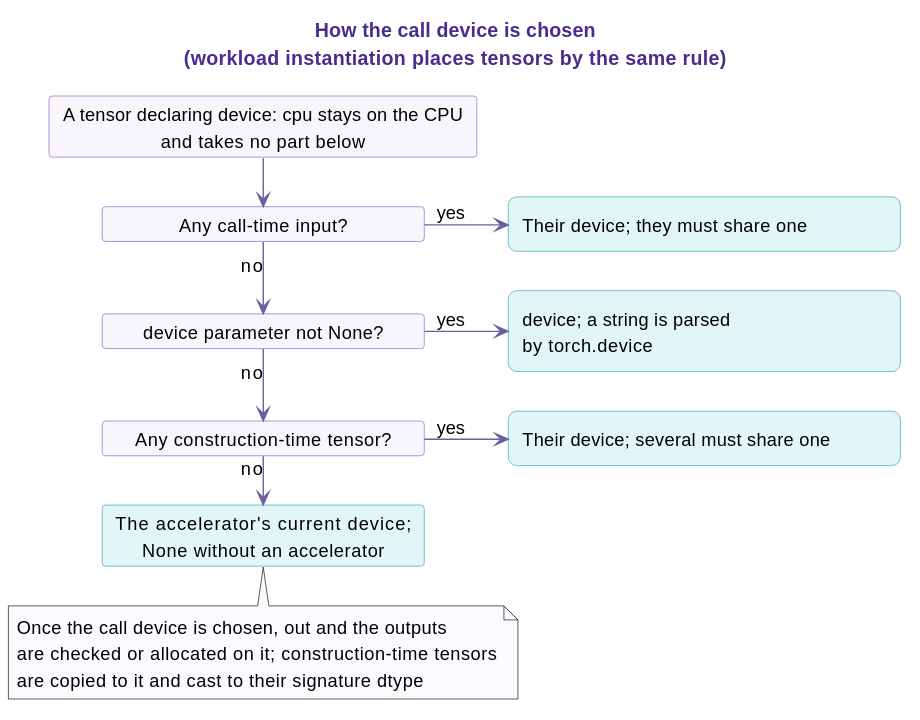
This is docs/user-guide/manifest/img/device.svg from tile-ai/TileOPs.github.io, a PlantUML export, as it was before one commit. Its diagram source:
```plantuml
@startuml
skinparam defaultFontName "Noto Sans SC"
skinparam defaultFontSize 13
skinparam shadowing false
skinparam ArrowColor #6B5FA0
skinparam TitleFontColor #4A2C8F
skinparam linetype ortho
skinparam nodesep 60
skinparam ranksep 28
skinparam rectangle {
  BorderColor #3AA9B8
  BackgroundColor #E2F6F8
  RoundCorner 12
}
skinparam card {
  BorderColor #8E6CCF
  BackgroundColor #F8F5FD
}
<style>
card {
  MinimumWidth 210
  HorizontalAlignment center
}
rectangle {
  MinimumWidth 260
}
</style>
title How the call device is chosen\n(workload instantiation places tensors by the same rule)

card "A tensor declaring device: cpu stays on the CPU\nand takes no part below" as pre
card "Any call-time input?" as c1
card "device parameter not None?" as c2
card "Any construction-time tensor?" as c3
card "The current CUDA device;\nNone without CUDA" as r5 #E2F6F8;line:3AA9B8

rectangle "Their device; they must share one" as r1
rectangle "device; a string is parsed\nby torch.device" as r2
rectangle "Their device; several must share one" as r3

pre -down-> c1
c1 -down-> c2 : no
c2 -down-> c3 : no
c3 -down-> r5 : no
c1 -right-> r1 : yes
c2 -right-> r2 : yes
c3 -right-> r3 : yes

r1 -[hidden]down- r2
r2 -[hidden]down- r3

note bottom of r5 #FBFAFE
  Once the call device is chosen, out and the outputs
  are checked or allocated on it; construction-time tensors
  are copied to it and cast to their signature dtype
end note
@enduml
```
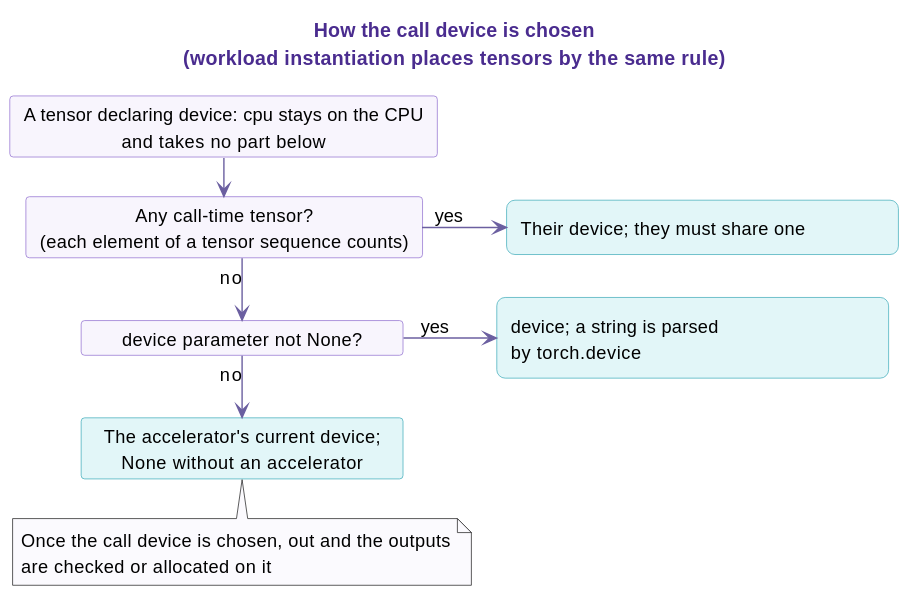
The same file after the commit.

Diff of the diagram source:
```diff
@@ -28,29 +28,23 @@
 title How the call device is chosen\n(workload instantiation places tensors by the same rule)
 
 card "A tensor declaring device: cpu stays on the CPU\nand takes no part below" as pre
-card "Any call-time input?" as c1
+card "Any call-time tensor?\n(each element of a tensor sequence counts)" as c1
 card "device parameter not None?" as c2
-card "Any construction-time tensor?" as c3
-card "The current CUDA device;\nNone without CUDA" as r5 #E2F6F8;line:3AA9B8
+card "The accelerator's current device;\nNone without an accelerator" as r5 #E2F6F8;line:3AA9B8
 
 rectangle "Their device; they must share one" as r1
 rectangle "device; a string is parsed\nby torch.device" as r2
-rectangle "Their device; several must share one" as r3
 
 pre -down-> c1
 c1 -down-> c2 : no
-c2 -down-> c3 : no
-c3 -down-> r5 : no
+c2 -down-> r5 : no
 c1 -right-> r1 : yes
 c2 -right-> r2 : yes
-c3 -right-> r3 : yes
 
 r1 -[hidden]down- r2
-r2 -[hidden]down- r3
 
 note bottom of r5 #FBFAFE
   Once the call device is chosen, out and the outputs
-  are checked or allocated on it; construction-time tensors
-  are copied to it and cast to their signature dtype
+  are checked or allocated on it
 end note
 @enduml
```
